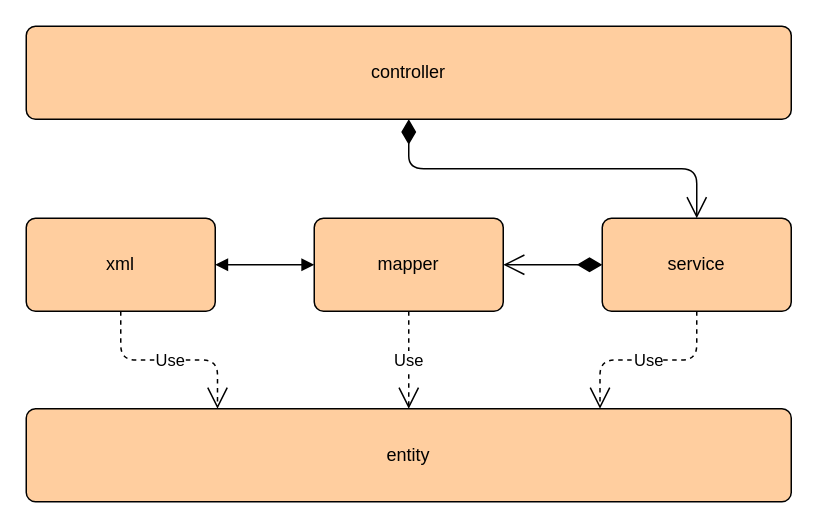
walnut-qin/springboot.skynet keeps this draw.io diagram as src/main/java/com/kaos/his/Module.drawio. Above is the earlier version. Source tidied: cells renumbered, new cells numbered last; positions are measured from the earlier drawing's top-left corner, leaving out a move shared by most shapes. Both pictures are drawn from the tidied source at 150%, with x=0, y=0 at pixel (26, 26).
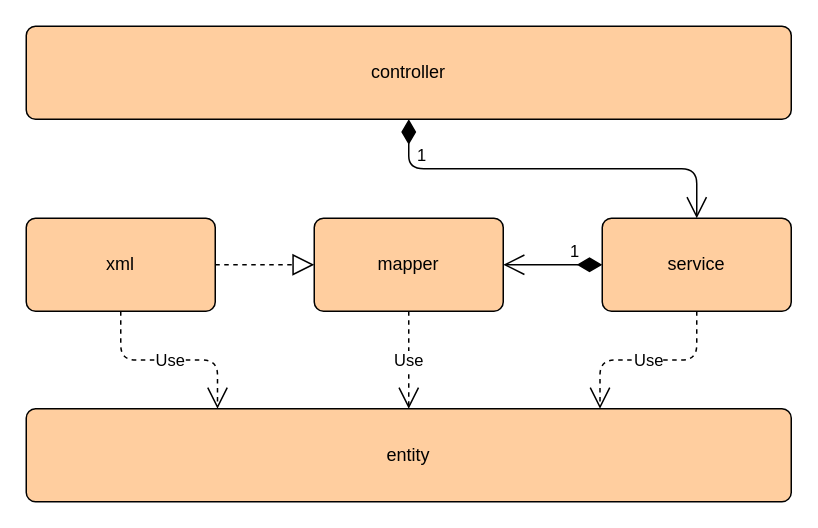
Above is the later version.

Change to the diagram source:
```diff
@@
 <mxGraphModel>
   <root>
     <mxCell id="0" />
     <mxCell id="1" parent="0" />
     <mxCell id="2" value="&lt;span itemprop=&quot;name&quot;&gt;entity&lt;br&gt;&lt;/span&gt;" style="rounded=1;arcSize=10;whiteSpace=wrap;html=1;align=center;fillColor=#FFCE9F;" parent="1" vertex="1">
       <mxGeometry y="255" width="510" height="62" as="geometry" />
     </mxCell>
     <mxCell id="3" value="&lt;span itemprop=&quot;name&quot;&gt;mapper&lt;br&gt;&lt;/span&gt;" style="rounded=1;arcSize=10;whiteSpace=wrap;html=1;align=center;fillColor=#FFCE9F;" parent="1" vertex="1">
       <mxGeometry x="192" y="128" width="126" height="62" as="geometry" />
     </mxCell>
     <mxCell id="4" value="&lt;span itemprop=&quot;name&quot;&gt;service&lt;br&gt;&lt;/span&gt;" style="rounded=1;arcSize=10;whiteSpace=wrap;html=1;align=center;fillColor=#FFCE9F;" parent="1" vertex="1">
       <mxGeometry x="384" y="128" width="126" height="62" as="geometry" />
     </mxCell>
     <mxCell id="5" value="&lt;span itemprop=&quot;name&quot;&gt;xml&lt;br&gt;&lt;/span&gt;" style="rounded=1;arcSize=10;whiteSpace=wrap;html=1;align=center;fillColor=#FFCE9F;" parent="1" vertex="1">
       <mxGeometry y="128" width="126" height="62" as="geometry" />
     </mxCell>
     <mxCell id="6" value="&lt;span itemprop=&quot;name&quot;&gt;controller&lt;br&gt;&lt;/span&gt;" style="rounded=1;arcSize=10;whiteSpace=wrap;html=1;align=center;fillColor=#FFCE9F;" parent="1" vertex="1">
       <mxGeometry width="510" height="62" as="geometry" />
     </mxCell>
     <mxCell id="7" value="Use" style="endArrow=open;endSize=12;dashed=1;html=1;exitX=0.5;exitY=1;exitDx=0;exitDy=0;edgeStyle=orthogonalEdgeStyle;entryX=0.25;entryY=0;entryDx=0;entryDy=0;" parent="1" edge="1" source="5" target="2">
       <mxGeometry relative="1" as="geometry" />
     </mxCell>
     <mxCell id="8" value="Use" style="endArrow=open;endSize=12;dashed=1;html=1;exitX=0.5;exitY=1;exitDx=0;exitDy=0;edgeStyle=orthogonalEdgeStyle;entryX=0.5;entryY=0;entryDx=0;entryDy=0;" parent="1" edge="1" source="3" target="2">
       <mxGeometry relative="1" as="geometry" />
     </mxCell>
     <mxCell id="9" value="Use" style="endArrow=open;endSize=12;dashed=1;html=1;exitX=0.5;exitY=1;exitDx=0;exitDy=0;edgeStyle=orthogonalEdgeStyle;entryX=0.75;entryY=0;entryDx=0;entryDy=0;" parent="1" edge="1" source="4" target="2">
       <mxGeometry relative="1" as="geometry" />
     </mxCell>
+    <mxCell id="12" style="endArrow=block;dashed=1;endFill=0;endSize=12;html=1;exitX=1;exitY=0.5;exitDx=0;exitDy=0;entryX=0;entryY=0.5;entryDx=0;entryDy=0;edgeStyle=orthogonalEdgeStyle;" parent="1" edge="1" source="5" target="3">
+      <mxGeometry relative="1" as="geometry" />
+    </mxCell>
-    <mxCell id="10" style="endArrow=open;html=1;endSize=12;startArrow=diamondThin;startSize=14;startFill=1;edgeStyle=orthogonalEdgeStyle;align=left;verticalAlign=bottom;exitX=0;exitY=0.5;exitDx=0;exitDy=0;entryX=1;entryY=0.5;entryDx=0;entryDy=0;" parent="1" edge="1" source="4" target="3">
-      <mxGeometry x="-1" y="3" relative="1" as="geometry" />
+    <mxCell id="10" value="1" style="endArrow=open;html=1;endSize=12;startArrow=diamondThin;startSize=14;startFill=1;edgeStyle=orthogonalEdgeStyle;align=left;verticalAlign=bottom;exitX=0;exitY=0.5;exitDx=0;exitDy=0;entryX=1;entryY=0.5;entryDx=0;entryDy=0;" parent="1" edge="1" source="4" target="3">
+      <mxGeometry x="-0.3" relative="1" as="geometry" />
     </mxCell>
-    <mxCell id="11" style="endArrow=open;html=1;endSize=12;startArrow=diamondThin;startSize=14;startFill=1;edgeStyle=orthogonalEdgeStyle;align=left;verticalAlign=bottom;exitX=0.5;exitY=1;exitDx=0;exitDy=0;entryX=0.5;entryY=0;entryDx=0;entryDy=0;" parent="1" edge="1" source="6" target="4">
-      <mxGeometry x="-1" y="3" relative="1" as="geometry" />
+    <mxCell id="11" value="1" style="endArrow=open;html=1;endSize=12;startArrow=diamondThin;startSize=14;startFill=1;edgeStyle=orthogonalEdgeStyle;align=left;verticalAlign=bottom;exitX=0.5;exitY=1;exitDx=0;exitDy=0;entryX=0.5;entryY=0;entryDx=0;entryDy=0;" parent="1" edge="1" source="6" target="4">
+      <mxGeometry x="-0.71" relative="1" as="geometry" />
     </mxCell>
-    <mxCell id="12" style="endArrow=block;startArrow=block;endFill=1;startFill=1;html=1;entryX=0;entryY=0.5;entryDx=0;entryDy=0;exitX=1;exitY=0.5;exitDx=0;exitDy=0;edgeStyle=orthogonalEdgeStyle;" parent="1" edge="1" source="5" target="3">
-      <mxGeometry relative="1" as="geometry" />
-    </mxCell>
   </root>
 </mxGraphModel>
```
